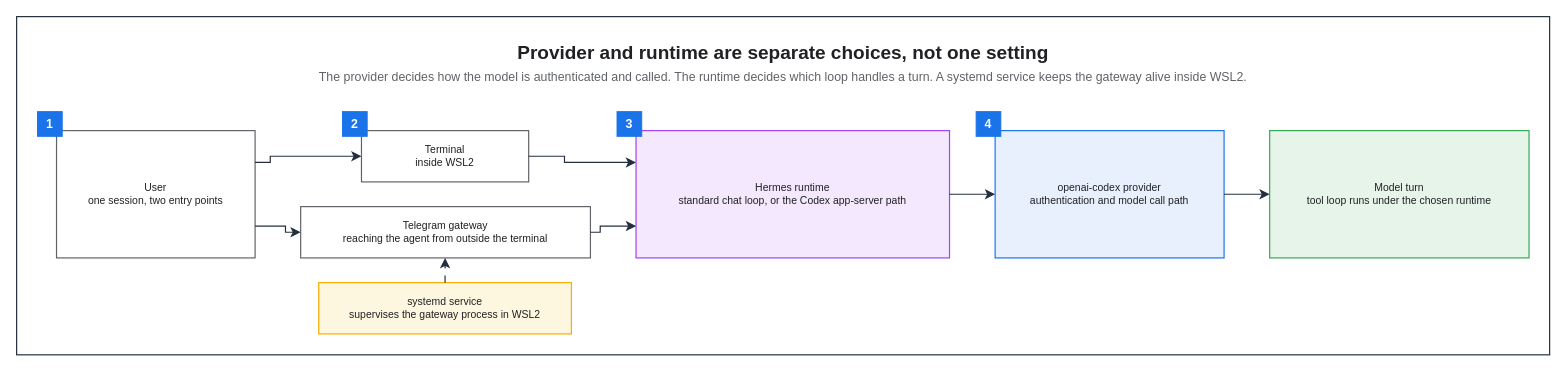
Above: assets/img/ai/hermes-wsl2-agent-flow.drawio in KKamJi98/kkamji98.github.io (draw.io), before the change. Source tidied: cells renumbered, new cells numbered last; positions are measured from the earlier drawing's top-left corner, leaving out a move shared by most shapes. Both pictures are drawn from the tidied source at 95%, with x=0, y=0 at pixel (16, 16).
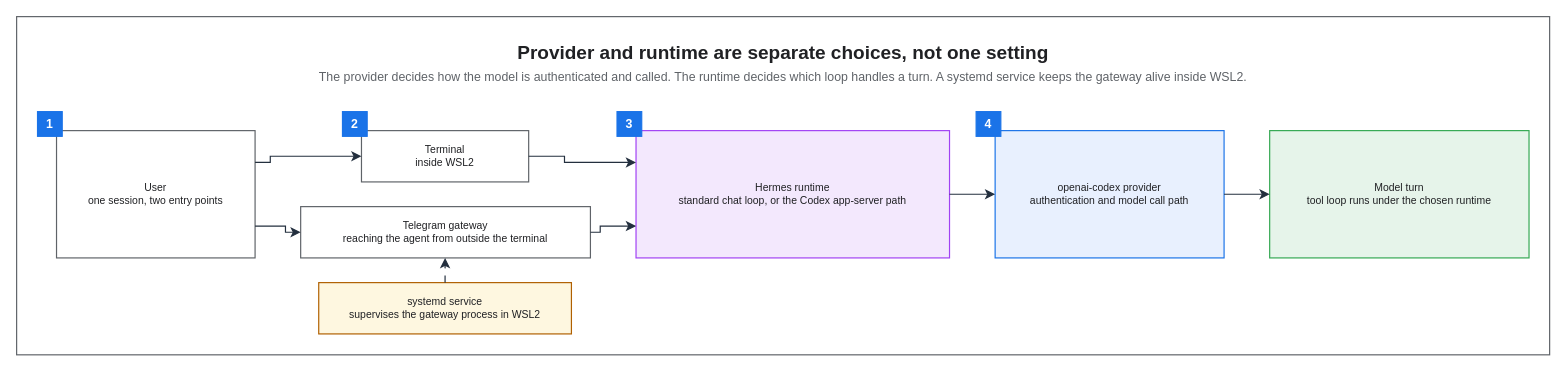
The same diagram, later.

Diff of the diagram source:
```diff
@@
-    <mxCell id="2" style="rounded=0;html=0;fillColor=none;strokeColor=#232F3E;fontColor=#202124;strokeWidth=1.25;" parent="1" vertex="1">
+    <mxCell id="2" style="rounded=0;html=0;fillColor=none;strokeColor=#5F6368;fontColor=#202124;strokeWidth=1.25;" parent="1" vertex="1">
       <mxGeometry width="1613.7" height="356" as="geometry" />
     </mxCell>
@@
-    <mxCell id="11" value="systemd service&#10;supervises the gateway process in WSL2" style="rounded=0;whiteSpace=wrap;html=0;fillColor=#FEF7E0;strokeColor=#F9AB00;fontColor=#202124;fontSize=11;fontStyle=0;align=center;verticalAlign=middle;spacingLeft=6;spacingRight=6;strokeWidth=1.25;" parent="1" vertex="1">
+    <mxCell id="11" value="systemd service&#10;supervises the gateway process in WSL2" style="rounded=0;whiteSpace=wrap;html=0;fillColor=#FEF7E0;strokeColor=#B06000;fontColor=#202124;fontSize=11;fontStyle=0;align=center;verticalAlign=middle;spacingLeft=6;spacingRight=6;strokeWidth=1.25;" parent="1" vertex="1">
       <mxGeometry x="318" y="280" width="266" height="54" as="geometry" />
     </mxCell>
-    <mxCell id="12" value="1" style="rounded=0;whiteSpace=wrap;html=0;fillColor=#1A73E8;strokeColor=#1A73E8;fontColor=#FFFFFF;fontSize=13;fontStyle=1;align=center;verticalAlign=middle;" parent="1" vertex="1">
+    <mxCell id="12" value="1" style="rounded=0;whiteSpace=wrap;html=0;fillColor=#1A73E8;strokeColor=#1A73E8;fontColor=#FFFFFF;fontSize=13;fontStyle=1;align=center;verticalAlign=middle;strokeWidth=1.25;" parent="1" vertex="1">
       <mxGeometry x="22" y="100" width="26" height="26" as="geometry" />
     </mxCell>
-    <mxCell id="13" value="2" style="rounded=0;whiteSpace=wrap;html=0;fillColor=#1A73E8;strokeColor=#1A73E8;fontColor=#FFFFFF;fontSize=13;fontStyle=1;align=center;verticalAlign=middle;" parent="1" vertex="1">
+    <mxCell id="13" value="2" style="rounded=0;whiteSpace=wrap;html=0;fillColor=#1A73E8;strokeColor=#1A73E8;fontColor=#FFFFFF;fontSize=13;fontStyle=1;align=center;verticalAlign=middle;strokeWidth=1.25;" parent="1" vertex="1">
       <mxGeometry x="343" y="100" width="26" height="26" as="geometry" />
     </mxCell>
-    <mxCell id="14" value="3" style="rounded=0;whiteSpace=wrap;html=0;fillColor=#1A73E8;strokeColor=#1A73E8;fontColor=#FFFFFF;fontSize=13;fontStyle=1;align=center;verticalAlign=middle;" parent="1" vertex="1">
+    <mxCell id="14" value="3" style="rounded=0;whiteSpace=wrap;html=0;fillColor=#1A73E8;strokeColor=#1A73E8;fontColor=#FFFFFF;fontSize=13;fontStyle=1;align=center;verticalAlign=middle;strokeWidth=1.25;" parent="1" vertex="1">
       <mxGeometry x="632" y="100" width="26" height="26" as="geometry" />
     </mxCell>
-    <mxCell id="15" value="4" style="rounded=0;whiteSpace=wrap;html=0;fillColor=#1A73E8;strokeColor=#1A73E8;fontColor=#FFFFFF;fontSize=13;fontStyle=1;align=center;verticalAlign=middle;" parent="1" vertex="1">
+    <mxCell id="15" value="4" style="rounded=0;whiteSpace=wrap;html=0;fillColor=#1A73E8;strokeColor=#1A73E8;fontColor=#FFFFFF;fontSize=13;fontStyle=1;align=center;verticalAlign=middle;strokeWidth=1.25;" parent="1" vertex="1">
       <mxGeometry x="1010" y="100" width="26" height="26" as="geometry" />
     </mxCell>
```
